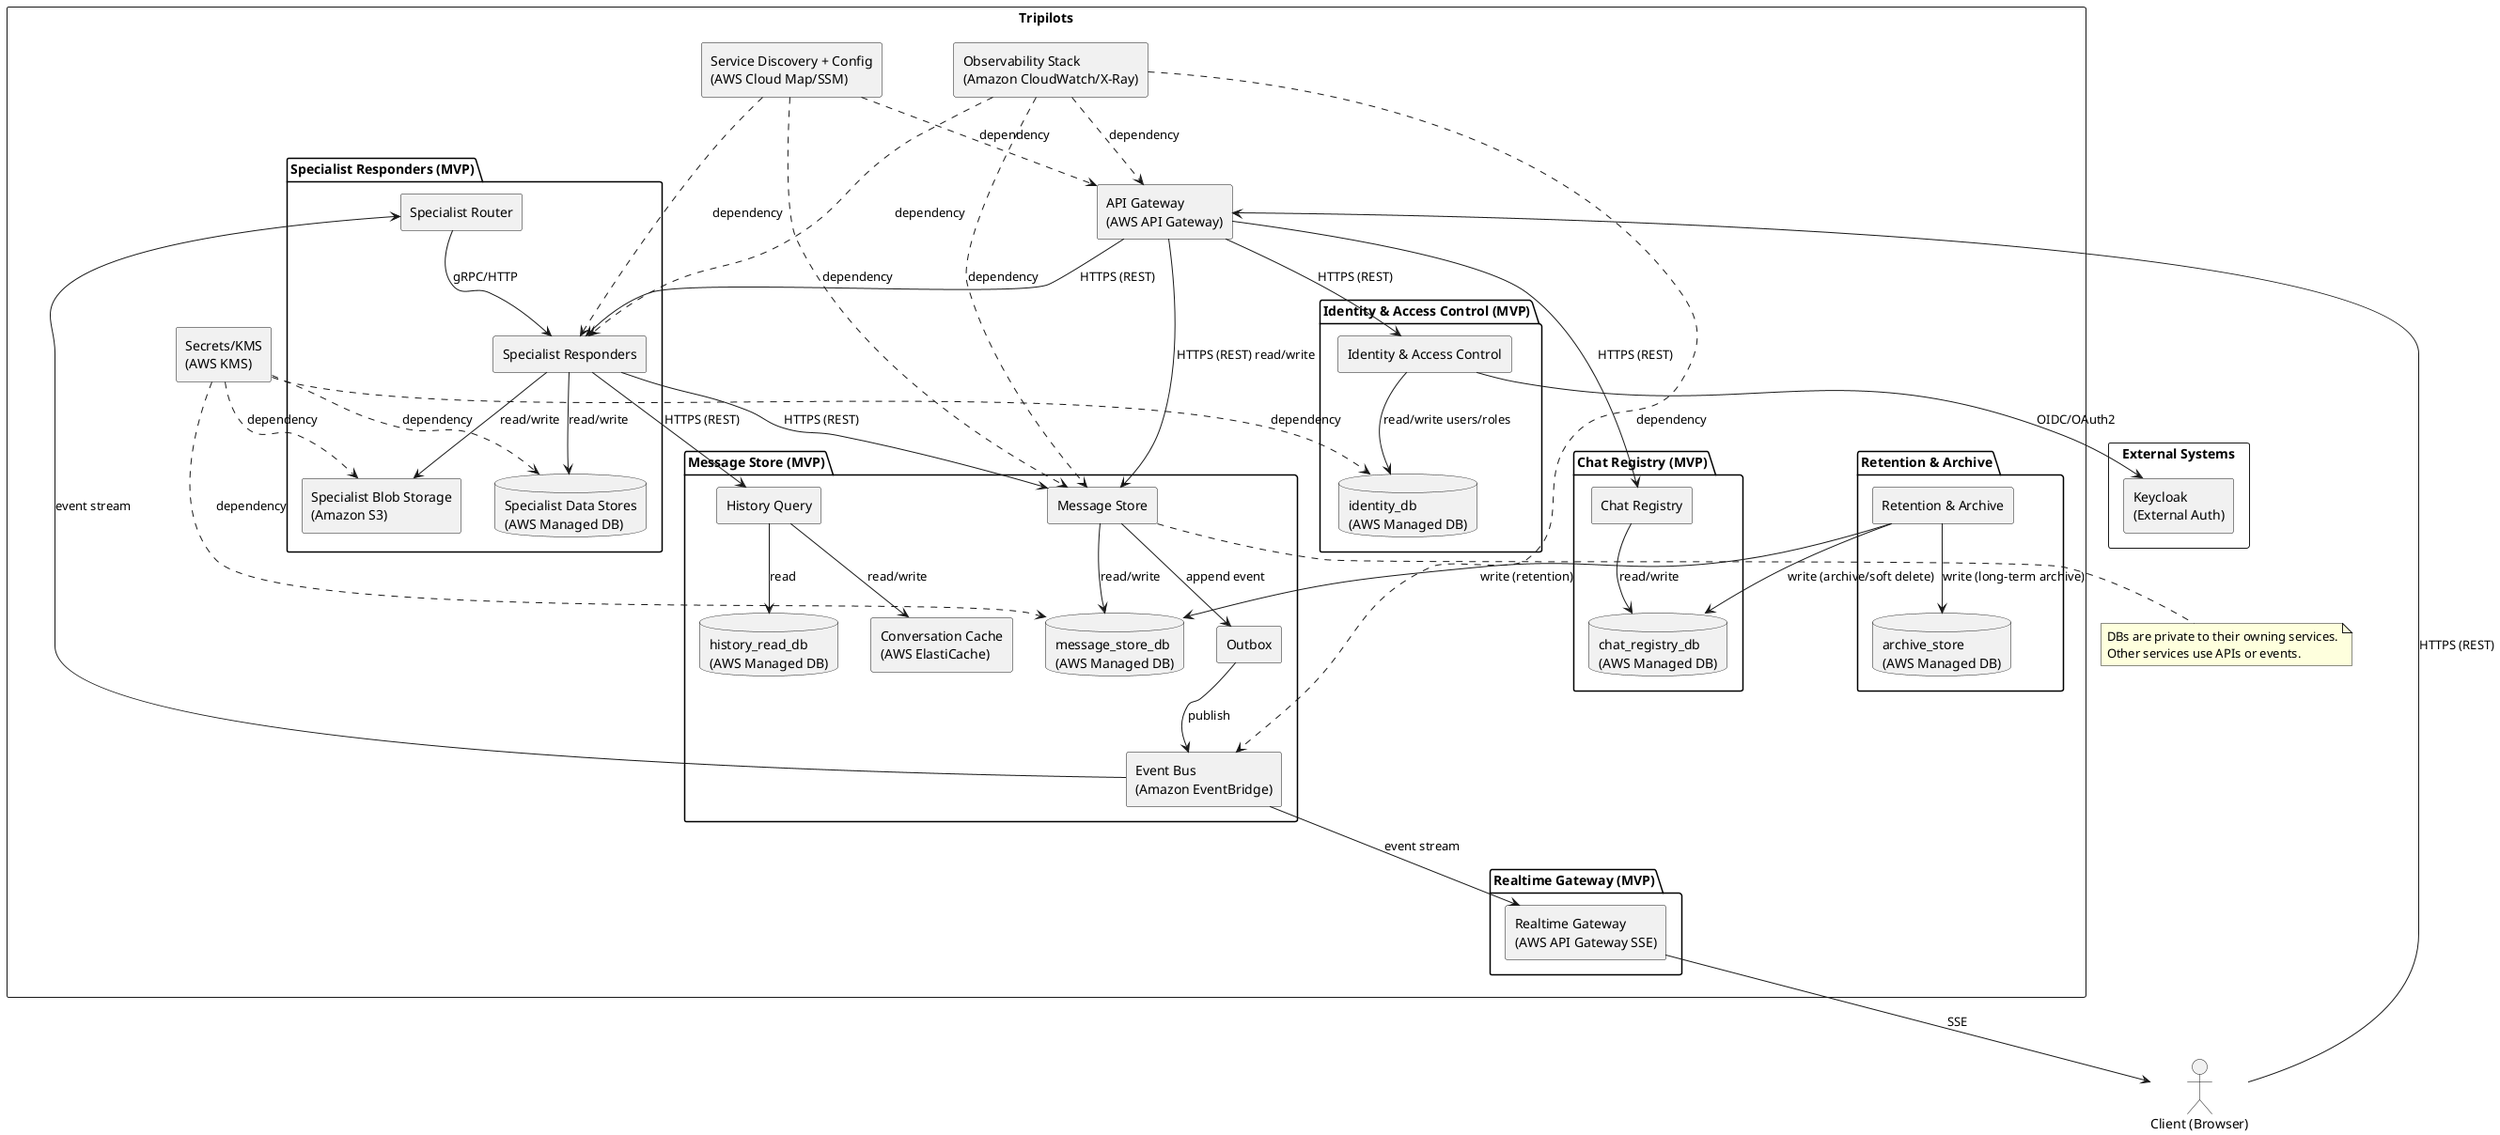
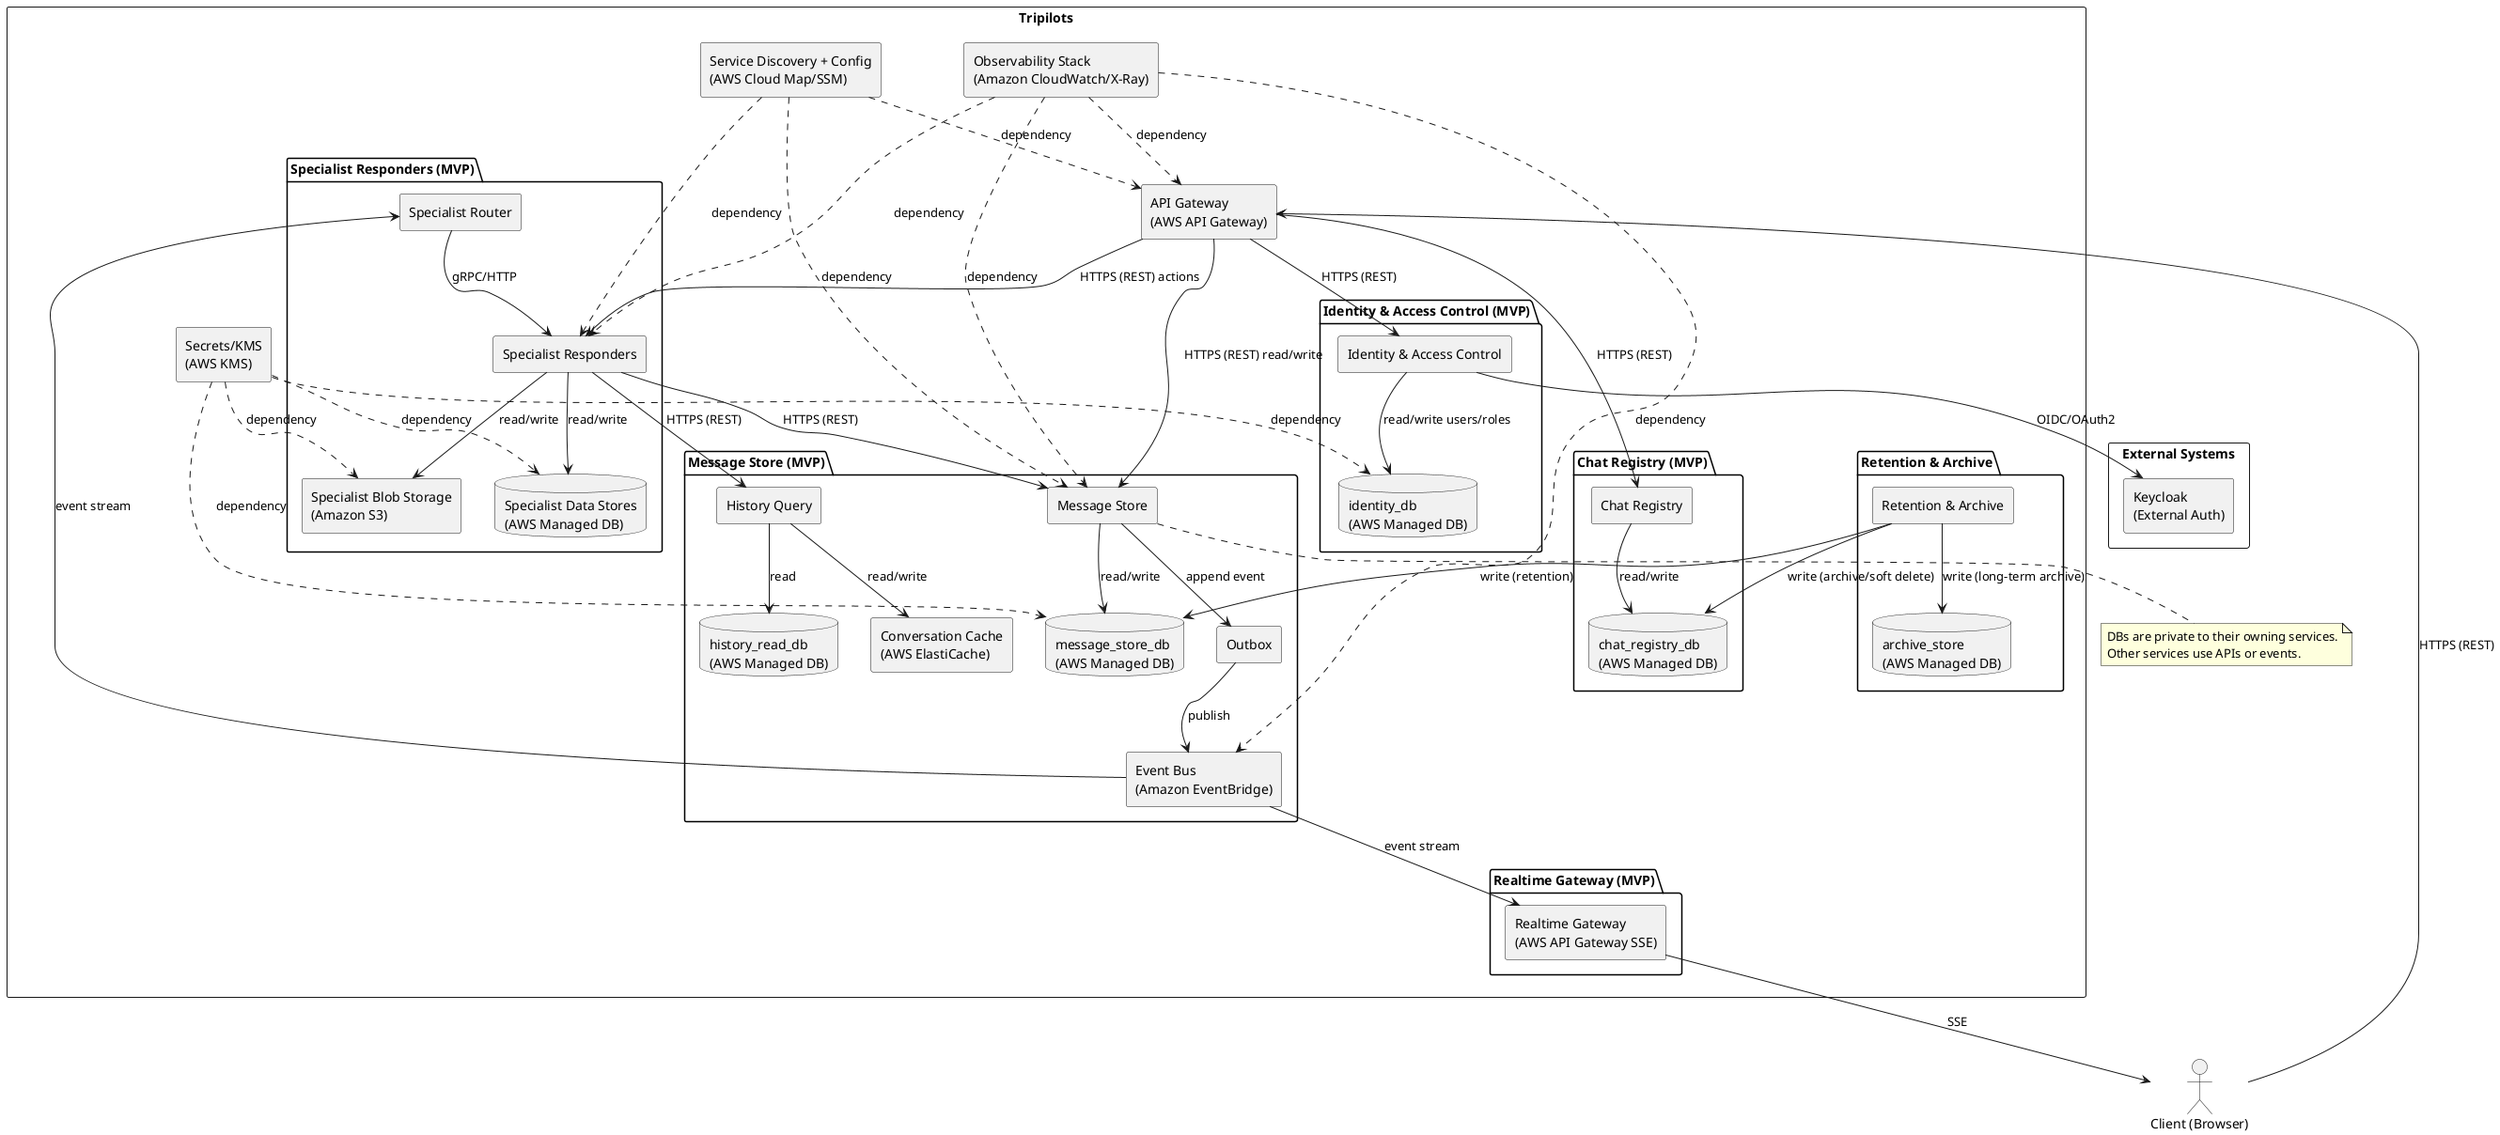
@startuml
skinparam componentStyle rectangle

actor "Client (Browser)" as Client

rectangle "External Systems" {
  rectangle "Keycloak\n(External Auth)" as Keycloak
}

rectangle "Tripilots" {
  rectangle "API Gateway\n(AWS API Gateway)" as APIGW

  package "Identity & Access Control (MVP)" {
    rectangle "Identity & Access Control" as IAM
    database "identity_db\n(AWS Managed DB)" as IdentityDB
  }

  package "Chat Registry (MVP)" {
    rectangle "Chat Registry" as ChatReg
    database "chat_registry_db\n(AWS Managed DB)" as ChatRegDB
  }

  package "Message Store (MVP)" {
    rectangle "Message Store" as MsgStore
    rectangle "Outbox" as Outbox
    rectangle "Event Bus\n(Amazon EventBridge)" as EventBus
    rectangle "History Query" as HistoryQuery
    rectangle "Conversation Cache\n(AWS ElastiCache)" as ConvCache
    database "message_store_db\n(AWS Managed DB)" as MsgDB
    database "history_read_db\n(AWS Managed DB)" as HistoryDB
  }

  package "Realtime Gateway (MVP)" {
    rectangle "Realtime Gateway\n(AWS API Gateway SSE)" as RTGW
  }

  package "Specialist Responders (MVP)" {
    rectangle "Specialist Router" as SpecRouter
    rectangle "Specialist Responders" as Specialists
    database "Specialist Data Stores\n(AWS Managed DB)" as SpecDB
    rectangle "Specialist Blob Storage\n(Amazon S3)" as SpecBlob
  }

  package "Retention & Archive" {
    rectangle "Retention & Archive" as Retention
    database "archive_store\n(AWS Managed DB)" as ArchiveDB
  }

  rectangle "Observability Stack\n(Amazon CloudWatch/X-Ray)" as Obs
  rectangle "Service Discovery + Config\n(AWS Cloud Map/SSM)" as SDC
  rectangle "Secrets/KMS\n(AWS KMS)" as KMS
}

Client --> APIGW : HTTPS (REST)
APIGW --> IAM : HTTPS (REST)
IAM --> Keycloak : OIDC/OAuth2
IAM --> IdentityDB : read/write users/roles

APIGW --> ChatReg : HTTPS (REST)
ChatReg --> ChatRegDB : read/write

APIGW --> MsgStore : HTTPS (REST) read/write
MsgStore --> MsgDB : read/write
MsgStore --> Outbox : append event
Outbox --> EventBus : publish

EventBus --> RTGW : event stream
RTGW --> Client : SSE

EventBus --> SpecRouter : event stream
SpecRouter --> Specialists : gRPC/HTTP
Specialists --> HistoryQuery : HTTPS (REST)
HistoryQuery --> HistoryDB : read
HistoryQuery --> ConvCache : read/write
Specialists --> MsgStore : HTTPS (REST)
Specialists --> SpecDB : read/write
Specialists --> SpecBlob : read/write

- APIGW --> Specialists : HTTPS (REST)
+ APIGW --> Specialists : HTTPS (REST) actions

Retention --> ChatRegDB : write (archive/soft delete)
Retention --> MsgDB : write (retention)
Retention --> ArchiveDB : write (long-term archive)

Obs ..> APIGW : dependency
Obs ..> MsgStore : dependency
Obs ..> EventBus : dependency
Obs ..> Specialists : dependency

SDC ..> APIGW : dependency
SDC ..> MsgStore : dependency
SDC ..> Specialists : dependency

KMS ..> IdentityDB : dependency
KMS ..> MsgDB : dependency
KMS ..> SpecDB : dependency
KMS ..> SpecBlob : dependency

note bottom of MsgStore
DBs are private to their owning services.
Other services use APIs or events.
end note

@enduml
